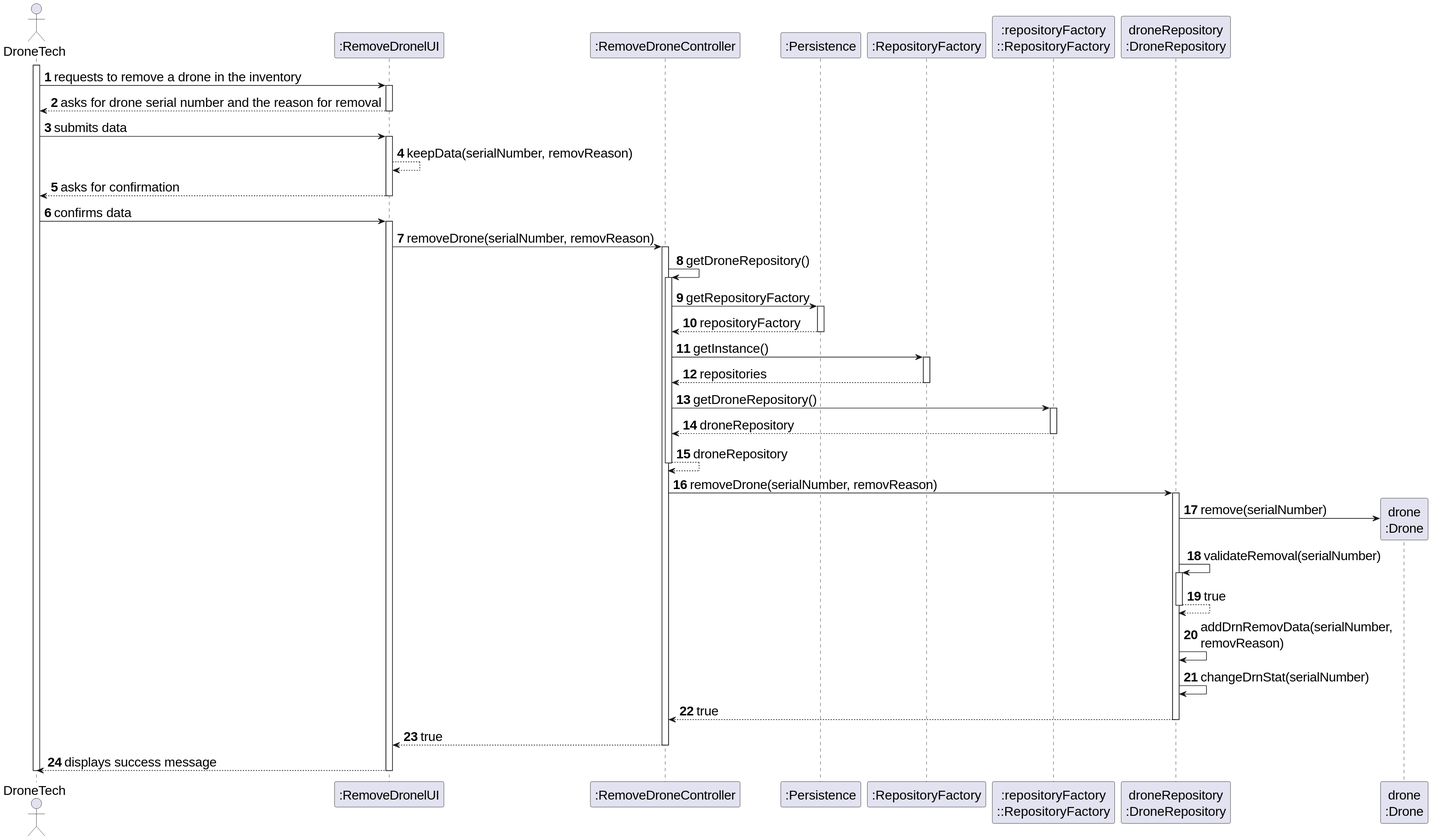
This is docs/SPRINT_2/US242/images/sequence_diagram_us242.svg from diogoveirospro/sem4pi-2024-2025-sem4pi_2024_2025_g44, a PlantUML export, as it was before one commit.
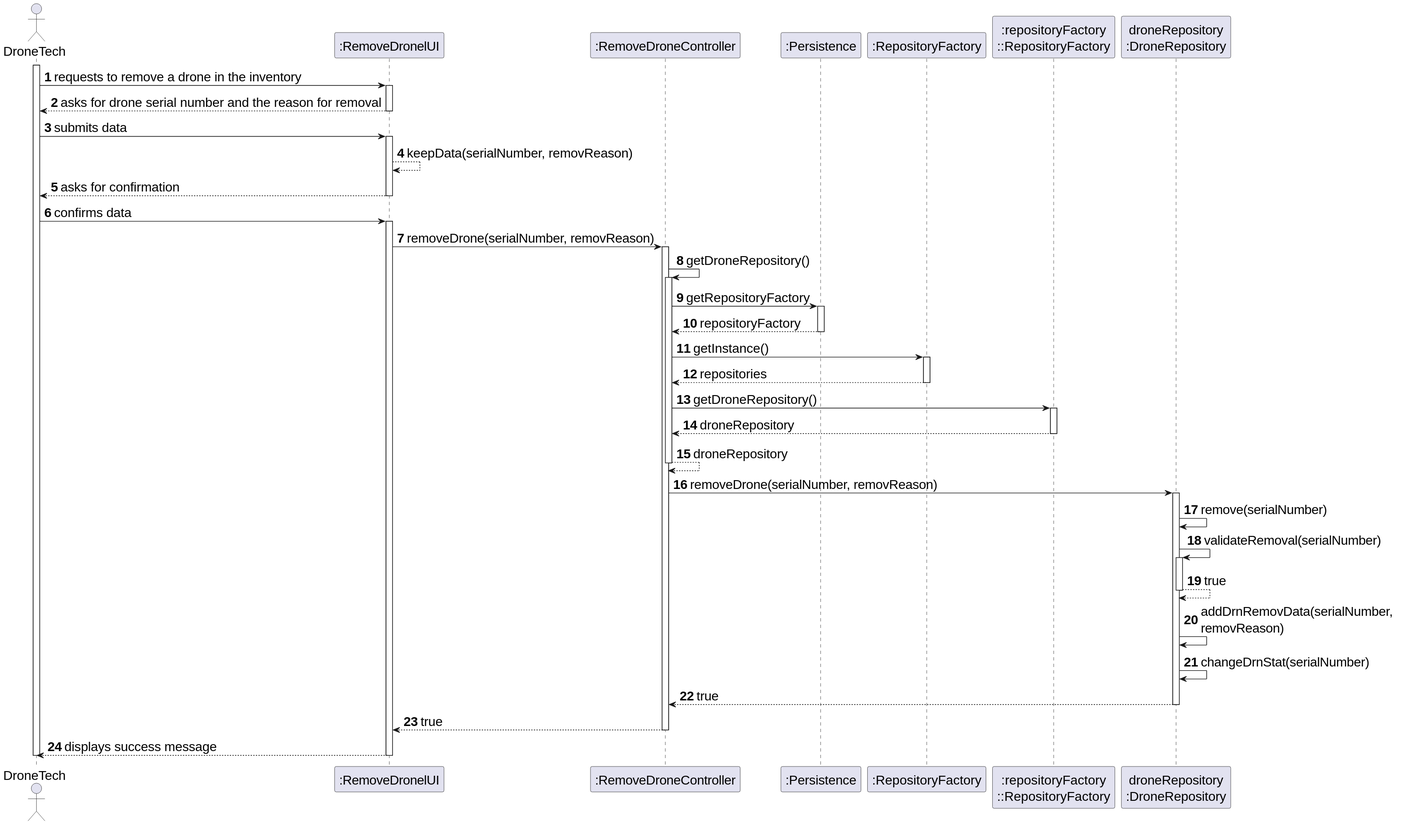
After the commit.

Diff of the diagram source:
```diff
@@ -13,7 +13,6 @@
 participant ":RepositoryFactory" as REPOS
 participant ":repositoryFactory\n::RepositoryFactory" as REPOS_SINGLETON
 participant "droneRepository\n:DroneRepository" as DRN_REPO
-participant "drone\n:Drone" as DRONE
 
 activate DT
 
@@ -51,7 +50,7 @@
             CTRL -> DRN_REPO : removeDrone(serialNumber, removReason)
             activate DRN_REPO
 
-        DRN_REPO -> DRONE** : remove(serialNumber)
+        DRN_REPO -> DRN_REPO : remove(serialNumber)
                     DRN_REPO -> DRN_REPO: validateRemoval(serialNumber)
                     activate DRN_REPO
                         DRN_REPO --> DRN_REPO : true
```
